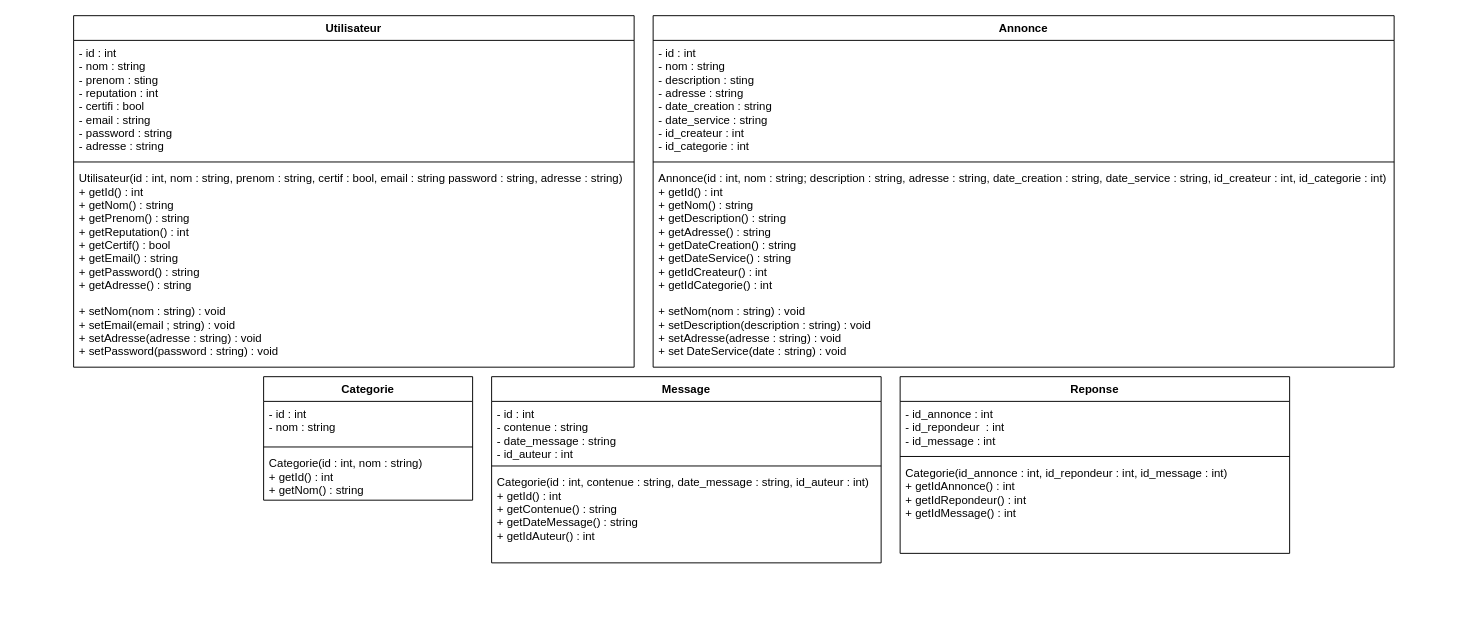
Before: Conception/PHP/DC.drawio in SkavenWannabe/ArtEntraide, a draw.io diagram. Source tidied: cells renumbered, new cells numbered last; positions are measured from the earlier drawing's top-left corner, leaving out a move shared by most shapes. Both pictures are drawn from the tidied source at 95%, with x=0, y=0 at pixel (73, 15).
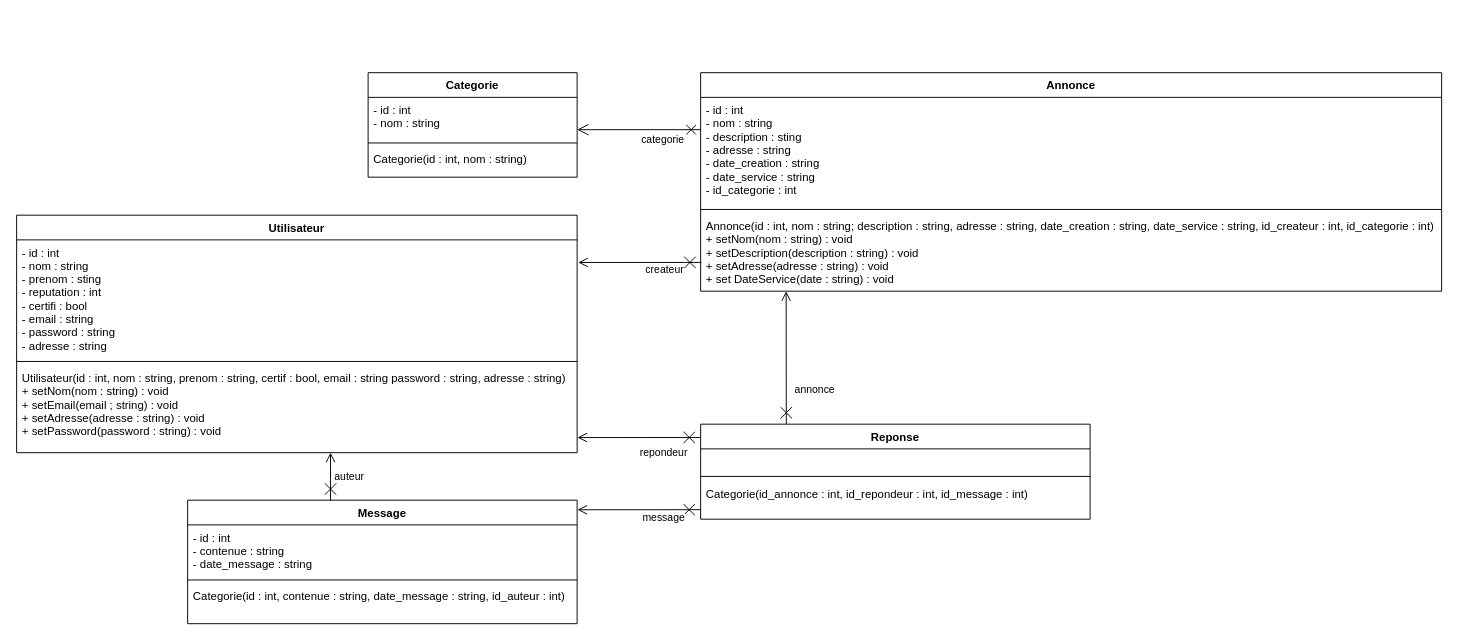
The same page after the edit.

The change refers to these unchanged cells:
```xml
<mxCell id="3" value="- id : int&#10;- nom : string&#10;- prenom : sting&#10;- reputation : int&#10;- certifi : bool&#10;- email : string&#10;- password : string&#10;- adresse : string&#10;" style="text;strokeColor=none;fillColor=none;align=left;verticalAlign=top;spacingLeft=4;spacingRight=4;overflow=hidden;points=[[0,0.5],[1,0.5]];portConstraint=eastwest;" parent="2" vertex="1">
  <mxGeometry y="26" width="590" height="124" as="geometry" />
</mxCell>
```

Diff of the diagram source:
```diff
@@
     <mxCell id="2" value="Utilisateur" style="swimlane;fontStyle=1;align=center;verticalAlign=top;horizontal=1;startSize=26;" parent="1" vertex="1">
-      <mxGeometry width="590" height="370" as="geometry" />
+      <mxGeometry x="-60" y="210" width="590" height="250" as="geometry" />
     </mxCell>
@@
-    <mxCell id="5" value="Utilisateur(id : int, nom : string, prenom : string, certif : bool, email : string password : string, adresse : string)&#10;+ getId() : int&#10;+ getNom() : string&#10;+ getPrenom() : string&#10;+ getReputation() : int&#10;+ getCertif() : bool&#10;+ getEmail() : string&#10;+ getPassword() : string&#10;+ getAdresse() : string&#10;&#10;+ setNom(nom : string) : void&#10;+ setEmail(email ; string) : void&#10;+ setAdresse(adresse : string) : void&#10;+ setPassword(password : string) : void&#10;&#10;" style="text;strokeColor=none;fillColor=none;align=left;verticalAlign=top;spacingLeft=4;spacingRight=4;overflow=hidden;points=[[0,0.5],[1,0.5]];portConstraint=eastwest;" parent="2" vertex="1">
-      <mxGeometry y="158" width="590" height="212" as="geometry" />
+    <mxCell id="5" value="Utilisateur(id : int, nom : string, prenom : string, certif : bool, email : string password : string, adresse : string)&#10;+ setNom(nom : string) : void&#10;+ setEmail(email ; string) : void&#10;+ setAdresse(adresse : string) : void&#10;+ setPassword(password : string) : void&#10;&#10;" style="text;strokeColor=none;fillColor=none;align=left;verticalAlign=top;spacingLeft=4;spacingRight=4;overflow=hidden;points=[[0,0.5],[1,0.5]];portConstraint=eastwest;" parent="2" vertex="1">
+      <mxGeometry y="158" width="590" height="92" as="geometry" />
     </mxCell>
     <mxCell id="6" value="Annonce" style="swimlane;fontStyle=1;align=center;verticalAlign=top;horizontal=1;startSize=26;" parent="1" vertex="1">
-      <mxGeometry x="610" width="780" height="370" as="geometry" />
+      <mxGeometry x="660" y="60" width="780" height="230" as="geometry" />
     </mxCell>
-    <mxCell id="7" value="- id : int&#10;- nom : string&#10;- description : sting&#10;- adresse : string&#10;- date_creation : string&#10;- date_service : string&#10;- id_createur : int&#10;- id_categorie : int&#10;&#10;" style="text;strokeColor=none;fillColor=none;align=left;verticalAlign=top;spacingLeft=4;spacingRight=4;overflow=hidden;" parent="6" vertex="1">
-      <mxGeometry y="26" width="780" height="124" as="geometry" />
+    <mxCell id="7" value="- id : int&#10;- nom : string&#10;- description : sting&#10;- adresse : string&#10;- date_creation : string&#10;- date_service : string&#10;- id_categorie : int&#10;&#10;" style="text;strokeColor=none;fillColor=none;align=left;verticalAlign=top;spacingLeft=4;spacingRight=4;overflow=hidden;" parent="6" vertex="1">
+      <mxGeometry y="26" width="780" height="114" as="geometry" />
     </mxCell>
     <mxCell id="8" style="line;strokeWidth=1;fillColor=none;align=left;verticalAlign=middle;spacingTop=-1;spacingLeft=3;spacingRight=3;labelPosition=right;" parent="6" vertex="1">
-      <mxGeometry y="150" width="780" height="8" as="geometry" />
+      <mxGeometry y="140" width="780" height="8" as="geometry" />
     </mxCell>
-    <mxCell id="9" value="Annonce(id : int, nom : string; description : string, adresse : string, date_creation : string, date_service : string, id_createur : int, id_categorie : int)&#10;+ getId() : int&#10;+ getNom() : string&#10;+ getDescription() : string&#10;+ getAdresse() : string&#10;+ getDateCreation() : string&#10;+ getDateService() : string&#10;+ getIdCreateur() : int&#10;+ getIdCategorie() : int&#10;&#10;+ setNom(nom : string) : void&#10;+ setDescription(description : string) : void&#10;+ setAdresse(adresse : string) : void&#10;+ set DateService(date : string) : void&#10;&#10;" style="text;strokeColor=none;fillColor=none;align=left;verticalAlign=top;spacingLeft=4;spacingRight=4;overflow=hidden;points=[[0,0.5],[1,0.5]];portConstraint=eastwest;" parent="6" vertex="1">
-      <mxGeometry y="158" width="780" height="212" as="geometry" />
+    <mxCell id="9" value="Annonce(id : int, nom : string; description : string, adresse : string, date_creation : string, date_service : string, id_createur : int, id_categorie : int)&#10;+ setNom(nom : string) : void&#10;+ setDescription(description : string) : void&#10;+ setAdresse(adresse : string) : void&#10;+ set DateService(date : string) : void&#10;&#10;" style="text;strokeColor=none;fillColor=none;align=left;verticalAlign=top;spacingLeft=4;spacingRight=4;overflow=hidden;points=[[0,0.5],[1,0.5]];portConstraint=eastwest;" parent="6" vertex="1">
+      <mxGeometry y="148" width="780" height="82" as="geometry" />
     </mxCell>
-    <mxCell id="10" value="Categorie" style="swimlane;fontStyle=1;align=center;verticalAlign=top;horizontal=1;startSize=26;" parent="1" vertex="1">
-      <mxGeometry x="200" y="380" width="220" height="130" as="geometry" />
-    </mxCell>
-    <mxCell id="11" value="- id : int&#10;- nom : string&#10;" style="text;strokeColor=none;fillColor=none;align=left;verticalAlign=top;spacingLeft=4;spacingRight=4;overflow=hidden;points=[[0,0.5],[1,0.5]];portConstraint=eastwest;" parent="10" vertex="1">
-      <mxGeometry y="26" width="220" height="44" as="geometry" />
-    </mxCell>
-    <mxCell id="12" style="line;strokeWidth=1;fillColor=none;align=left;verticalAlign=middle;spacingTop=-1;spacingLeft=3;spacingRight=3;labelPosition=right;" parent="10" vertex="1">
-      <mxGeometry y="70" width="220" height="8" as="geometry" />
-    </mxCell>
-    <mxCell id="13" value="Categorie(id : int, nom : string)&#10;+ getId() : int&#10;+ getNom() : string&#10;&#10;" style="text;strokeColor=none;fillColor=none;align=left;verticalAlign=top;spacingLeft=4;spacingRight=4;overflow=hidden;" parent="10" vertex="1">
-      <mxGeometry y="78" width="220" height="52" as="geometry" />
-    </mxCell>
+    <mxCell id="22" style="endArrow=open;startArrow=cross;endFill=0;startFill=0;endSize=8;startSize=10;html=1;entryX=1.002;entryY=0.192;entryDx=0;entryDy=0;entryPerimeter=0;exitX=0.22;exitY=0;exitDx=0;exitDy=0;exitPerimeter=0;" parent="6" edge="1" source="18">
+      <mxGeometry relative="1" as="geometry">
+        <mxPoint x="90" y="230.1" as="targetPoint" />
+      </mxGeometry>
+    </mxCell>
+    <mxCell id="23" value="annonce" style="edgeLabel;html=1;align=center;verticalAlign=middle;" parent="22" vertex="1">
+      <mxGeometry x="0.42" y="-1" relative="1" as="geometry">
+        <mxPoint x="28.9" y="62.2" as="offset" />
+      </mxGeometry>
+    </mxCell>
     <mxCell id="14" value="Message" style="swimlane;fontStyle=1;align=center;verticalAlign=top;horizontal=1;startSize=26;" parent="1" vertex="1">
-      <mxGeometry x="440" y="380" width="410" height="196" as="geometry" />
+      <mxGeometry x="120" y="510" width="410" height="130" as="geometry" />
     </mxCell>
-    <mxCell id="15" value="- id : int&#10;- contenue : string&#10;- date_message : string&#10;- id_auteur : int&#10;" style="text;strokeColor=none;fillColor=none;align=left;verticalAlign=top;spacingLeft=4;spacingRight=4;overflow=hidden;" parent="14" vertex="1">
-      <mxGeometry y="26" width="410" height="64" as="geometry" />
+    <mxCell id="15" value="- id : int&#10;- contenue : string&#10;- date_message : string&#10;" style="text;strokeColor=none;fillColor=none;align=left;verticalAlign=top;spacingLeft=4;spacingRight=4;overflow=hidden;" parent="14" vertex="1">
+      <mxGeometry y="26" width="410" height="54" as="geometry" />
     </mxCell>
     <mxCell id="16" style="line;strokeWidth=1;fillColor=none;align=left;verticalAlign=middle;spacingTop=-1;spacingLeft=3;spacingRight=3;labelPosition=right;" parent="14" vertex="1">
-      <mxGeometry y="90" width="410" height="8" as="geometry" />
+      <mxGeometry y="80" width="410" height="8" as="geometry" />
     </mxCell>
-    <mxCell id="17" value="Categorie(id : int, contenue : string, date_message : string, id_auteur : int)&#10;+ getId() : int&#10;+ getContenue() : string&#10;+ getDateMessage() : string&#10;+ getIdAuteur() : int&#10;&#10;&#10;" style="text;strokeColor=none;fillColor=none;align=left;verticalAlign=top;spacingLeft=4;spacingRight=4;overflow=hidden;" parent="14" vertex="1">
-      <mxGeometry y="98" width="410" height="98" as="geometry" />
+    <mxCell id="17" value="Categorie(id : int, contenue : string, date_message : string, id_auteur : int)&#10;&#10;&#10;&#10;" style="text;strokeColor=none;fillColor=none;align=left;verticalAlign=top;spacingLeft=4;spacingRight=4;overflow=hidden;" parent="14" vertex="1">
+      <mxGeometry y="88" width="410" height="42" as="geometry" />
     </mxCell>
     <mxCell id="18" value="Reponse" style="swimlane;fontStyle=1;align=center;verticalAlign=top;horizontal=1;startSize=26;" parent="1" vertex="1">
-      <mxGeometry x="870" y="380" width="410" height="186" as="geometry" />
+      <mxGeometry x="660" y="430" width="410" height="100" as="geometry" />
     </mxCell>
-    <mxCell id="19" value="- id_annonce : int&#10;- id_repondeur  : int&#10;- id_message : int&#10;" style="text;strokeColor=none;fillColor=none;align=left;verticalAlign=top;spacingLeft=4;spacingRight=4;overflow=hidden;" parent="18" vertex="1">
-      <mxGeometry y="26" width="410" height="54" as="geometry" />
-    </mxCell>
+    <mxCell id="24" value="           " style="text;strokeColor=none;fillColor=none;align=left;verticalAlign=top;spacingLeft=4;spacingRight=4;overflow=hidden;" parent="18" vertex="1">
+      <mxGeometry y="26" width="410" height="24" as="geometry" />
+    </mxCell>
     <mxCell id="20" style="line;strokeWidth=1;fillColor=none;align=left;verticalAlign=middle;spacingTop=-1;spacingLeft=3;spacingRight=3;labelPosition=right;" parent="18" vertex="1">
-      <mxGeometry y="80" width="410" height="8" as="geometry" />
+      <mxGeometry y="50" width="410" height="10" as="geometry" />
     </mxCell>
-    <mxCell id="21" value="Categorie(id_annonce : int, id_repondeur : int,  id_message : int)&#10;+ getIdAnnonce() : int&#10;+ getIdRepondeur() : int&#10;+ getIdMessage() : int&#10;&#10;&#10;" style="text;strokeColor=none;fillColor=none;align=left;verticalAlign=top;spacingLeft=4;spacingRight=4;overflow=hidden;" parent="18" vertex="1">
-      <mxGeometry y="88" width="410" height="98" as="geometry" />
+    <mxCell id="21" value="Categorie(id_annonce : int, id_repondeur : int,  id_message : int)&#10;&#10;&#10;&#10;" style="text;strokeColor=none;fillColor=none;align=left;verticalAlign=top;spacingLeft=4;spacingRight=4;overflow=hidden;" parent="18" vertex="1">
+      <mxGeometry y="60" width="410" height="40" as="geometry" />
     </mxCell>
+    <mxCell id="25" style="endArrow=open;startArrow=cross;endFill=0;startFill=0;endSize=8;startSize=10;html=1;exitX=0.001;exitY=0.631;exitDx=0;exitDy=0;exitPerimeter=0;entryX=1.002;entryY=0.192;entryDx=0;entryDy=0;entryPerimeter=0;" parent="1" edge="1" source="9" target="3">
+      <mxGeometry relative="1" as="geometry" />
+    </mxCell>
+    <mxCell id="26" value="createur" style="edgeLabel;html=1;align=center;verticalAlign=middle;" parent="25" vertex="1">
+      <mxGeometry x="0.42" y="-1" relative="1" as="geometry">
+        <mxPoint x="52.6" y="8.1" as="offset" />
+      </mxGeometry>
+    </mxCell>
+    <mxCell id="10" value="Categorie" style="swimlane;fontStyle=1;align=center;verticalAlign=top;horizontal=1;startSize=26;" parent="1" vertex="1">
+      <mxGeometry x="310" y="60" width="220" height="110" as="geometry" />
+    </mxCell>
+    <mxCell id="11" value="- id : int&#10;- nom : string&#10;" style="text;strokeColor=none;fillColor=none;align=left;verticalAlign=top;spacingLeft=4;spacingRight=4;overflow=hidden;points=[[0,0.5],[1,0.5]];portConstraint=eastwest;" parent="10" vertex="1">
+      <mxGeometry y="26" width="220" height="44" as="geometry" />
+    </mxCell>
+    <mxCell id="12" style="line;strokeWidth=1;fillColor=none;align=left;verticalAlign=middle;spacingTop=-1;spacingLeft=3;spacingRight=3;labelPosition=right;" parent="10" vertex="1">
+      <mxGeometry y="70" width="220" height="8" as="geometry" />
+    </mxCell>
+    <mxCell id="27" value="Categorie(id : int, nom : string)&#10;&#10;" style="text;strokeColor=none;fillColor=none;align=left;verticalAlign=top;spacingLeft=4;spacingRight=4;overflow=hidden;" parent="10" vertex="1">
+      <mxGeometry y="78" width="220" height="32" as="geometry" />
+    </mxCell>
+    <mxCell id="28" style="endArrow=cross;startArrow=open;endFill=0;startFill=0;endSize=8;startSize=10;html=1;exitX=1;exitY=0.773;exitDx=0;exitDy=0;exitPerimeter=0;" parent="1" edge="1" source="11">
+      <mxGeometry relative="1" as="geometry">
+        <mxPoint x="660" y="120" as="targetPoint" />
+      </mxGeometry>
+    </mxCell>
+    <mxCell id="29" value="categorie" style="edgeLabel;html=1;align=center;verticalAlign=middle;" parent="28" vertex="1">
+      <mxGeometry x="0.21" y="-2" relative="1" as="geometry">
+        <mxPoint x="10.8" y="7" as="offset" />
+      </mxGeometry>
+    </mxCell>
+    <mxCell id="30" style="endArrow=open;startArrow=cross;endFill=0;startFill=0;endSize=8;startSize=10;html=1;entryX=0.56;entryY=1;entryDx=0;entryDy=0;entryPerimeter=0;exitX=0.367;exitY=0.002;exitDx=0;exitDy=0;exitPerimeter=0;" parent="1" edge="1" source="14" target="5">
+      <mxGeometry relative="1" as="geometry" />
+    </mxCell>
+    <mxCell id="31" value="auteur" style="edgeLabel;html=1;align=center;verticalAlign=middle;" parent="30" vertex="1">
+      <mxGeometry x="-0.59" relative="1" as="geometry">
+        <mxPoint x="19.5" y="-15.6" as="offset" />
+      </mxGeometry>
+    </mxCell>
+    <mxCell id="32" style="endArrow=open;startArrow=cross;endFill=0;startFill=0;endSize=8;startSize=10;html=1;entryX=1.002;entryY=0.192;entryDx=0;entryDy=0;entryPerimeter=0;" parent="1" edge="1">
+      <mxGeometry relative="1" as="geometry">
+        <mxPoint x="660" y="520" as="sourcePoint" />
+        <mxPoint x="530.4" y="520.1" as="targetPoint" />
+      </mxGeometry>
+    </mxCell>
+    <mxCell id="33" value="message" style="edgeLabel;html=1;align=center;verticalAlign=middle;" parent="32" vertex="1">
+      <mxGeometry x="0.42" y="-1" relative="1" as="geometry">
+        <mxPoint x="52.6" y="8.1" as="offset" />
+      </mxGeometry>
+    </mxCell>
+    <mxCell id="34" style="endArrow=open;startArrow=cross;endFill=0;startFill=0;endSize=8;startSize=10;html=1;entryX=1.002;entryY=0.192;entryDx=0;entryDy=0;entryPerimeter=0;" parent="1" edge="1">
+      <mxGeometry relative="1" as="geometry">
+        <mxPoint x="660" y="444" as="sourcePoint" />
+        <mxPoint x="530.4" y="444.1" as="targetPoint" />
+      </mxGeometry>
+    </mxCell>
+    <mxCell id="35" value="repondeur" style="edgeLabel;html=1;align=center;verticalAlign=middle;" parent="34" vertex="1">
+      <mxGeometry x="0.42" y="-1" relative="1" as="geometry">
+        <mxPoint x="52.6" y="16" as="offset" />
+      </mxGeometry>
+    </mxCell>
```
